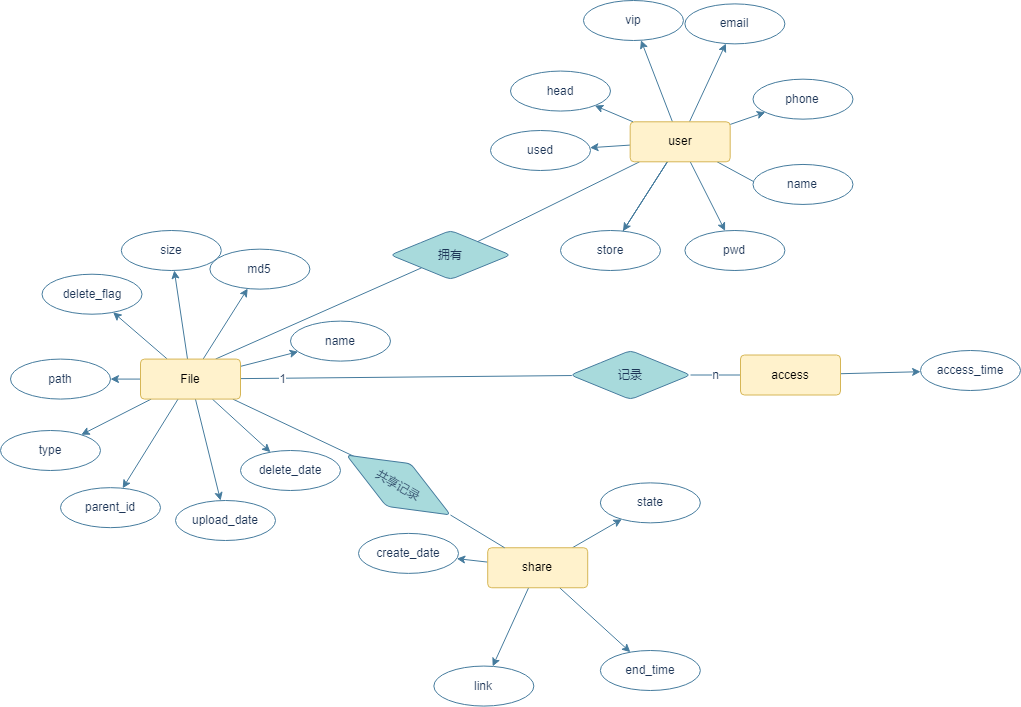
Above: CWZN/数据库E-R图.drawio.png in FEDuang/pictures (draw.io), before the change. Source tidied: cells renumbered, new cells last; positions are measured from the earlier drawing's top-left corner, leaving out a move shared by most shapes.
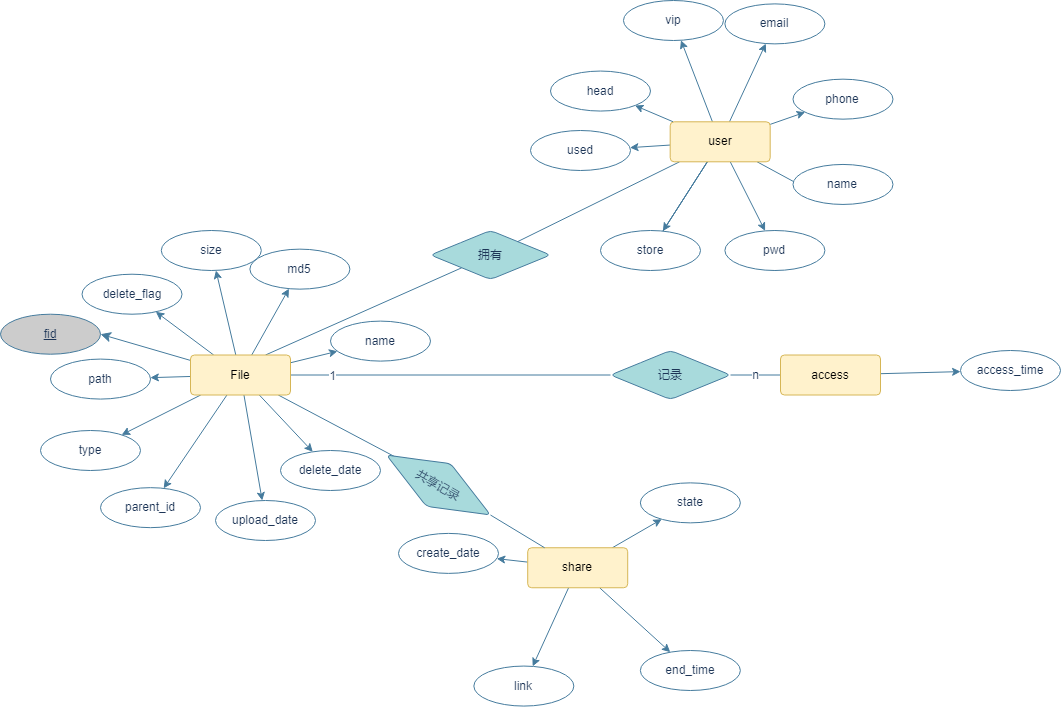
After the change.

Commit message:
更新数据库E-R图.drawio.png

Diff of the diagram source:
```diff
@@ -108,9 +108,15 @@
     <mxCell id="37" style="edgeStyle=none;rounded=1;sketch=0;jettySize=auto;html=1;fontColor=#1D3557;strokeColor=#457B9D;fillColor=#A8DADC;noEdgeStyle=1;" parent="19" edge="1" source="38" target="20">
       <mxGeometry relative="1" as="geometry" />
     </mxCell>
+    <mxCell id="65" style="rounded=0;jettySize=auto;html=1;entryX=1;entryY=0.5;entryDx=0;entryDy=0;fontSize=12;endArrow=classic;endFill=1;endSize=8;strokeWidth=1;strokeColor=#457B9D;" parent="19" edge="1" source="38" target="66">
+      <mxGeometry relative="1" as="geometry" />
+    </mxCell>
     <mxCell id="38" value="File" style="rounded=1;arcSize=10;whiteSpace=wrap;html=1;align=center;fillColor=#fff2cc;strokeColor=#d6b656;" parent="19" vertex="1">
-      <mxGeometry x="140" y="358.6" width="100" height="40" as="geometry" />
+      <mxGeometry x="150" y="354.5" width="100" height="40" as="geometry" />
     </mxCell>
+    <mxCell id="66" value="&lt;u&gt;fid&lt;/u&gt;" style="ellipse;whiteSpace=wrap;html=1;align=center;rounded=0;sketch=0;fontColor=#1D3557;strokeColor=#457B9D;fillColor=#CCCCCC;" parent="19" vertex="1">
+      <mxGeometry x="-40" y="313.7" width="100" height="40" as="geometry" />
+    </mxCell>
     <mxCell id="39" value="user" parent="0" />
     <mxCell id="40" style="edgeStyle=none;rounded=1;sketch=0;jettySize=auto;html=1;entryX=0.41;entryY=0.975;entryDx=0;entryDy=0;entryPerimeter=0;fontColor=#1D3557;strokeColor=#457B9D;fillColor=#A8DADC;noEdgeStyle=1;" parent="39" edge="1" source="51" target="52">
       <mxGeometry relative="1" as="geometry" />
```
